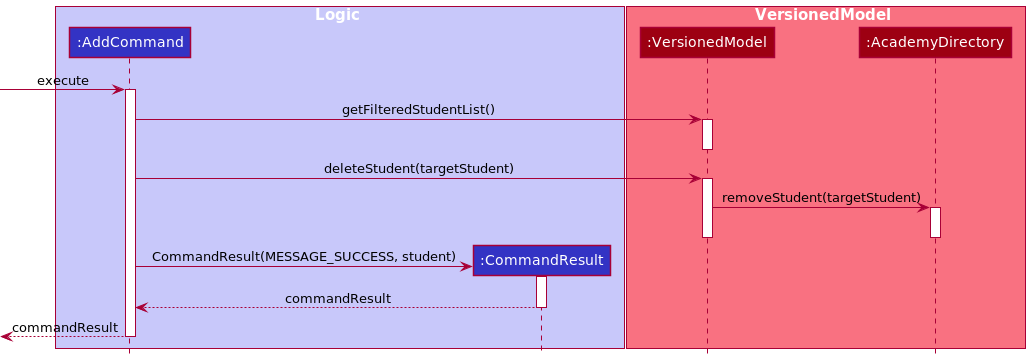
This is docs/images/dg/logic/commands/deletecommand/DeleteCommandSequenceDiagram.png from nus-cs2103-AY2122S1/tp, a PlantUML export, as it was before one commit. Its diagram source:
```plantuml
@startuml
!include ../../../style.puml

box Logic LOGIC_COLOR_T1
Participant ":AddCommand" as ac LOGIC_COLOR
Participant ":CommandResult" as result LOGIC_COLOR
end box

box VersionedModel MODEL_COLOR_T1
Participant ":VersionedModel" as mm MODEL_COLOR
Participant ":AcademyDirectory" as ad MODEL_COLOR
end box

-> ac ++ :execute
ac -> mm ++ :getFilteredStudentList()
deactivate
ac -> mm ++ :deleteStudent(targetStudent)
mm -> ad ++ :removeStudent(targetStudent)
deactivate
deactivate

create result
ac -> result ++ :CommandResult(MESSAGE_SUCCESS, student)
return commandResult
return commandResult
@enduml
```
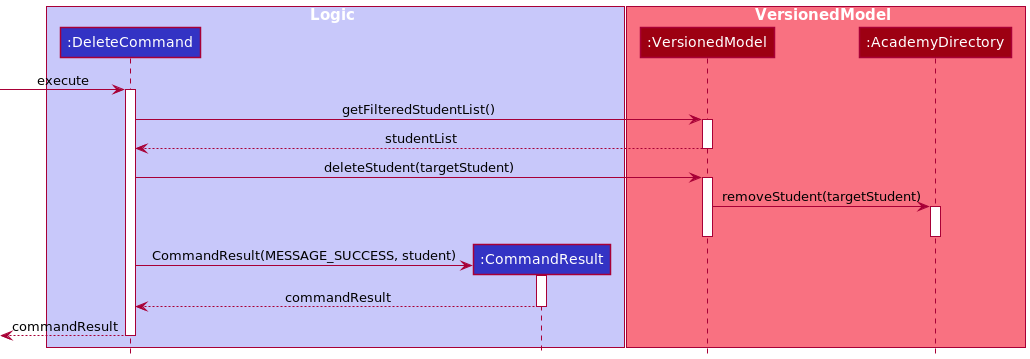
After the commit.

Change to the diagram source:
```diff
@@ -2,7 +2,7 @@
 !include ../../../style.puml
 
 box Logic LOGIC_COLOR_T1
-Participant ":AddCommand" as ac LOGIC_COLOR
+Participant ":DeleteCommand" as ac LOGIC_COLOR
 Participant ":CommandResult" as result LOGIC_COLOR
 end box
 
@@ -13,7 +13,7 @@
 
 -> ac ++ :execute
 ac -> mm ++ :getFilteredStudentList()
-deactivate
+return studentList
 ac -> mm ++ :deleteStudent(targetStudent)
 mm -> ad ++ :removeStudent(targetStudent)
 deactivate
```
